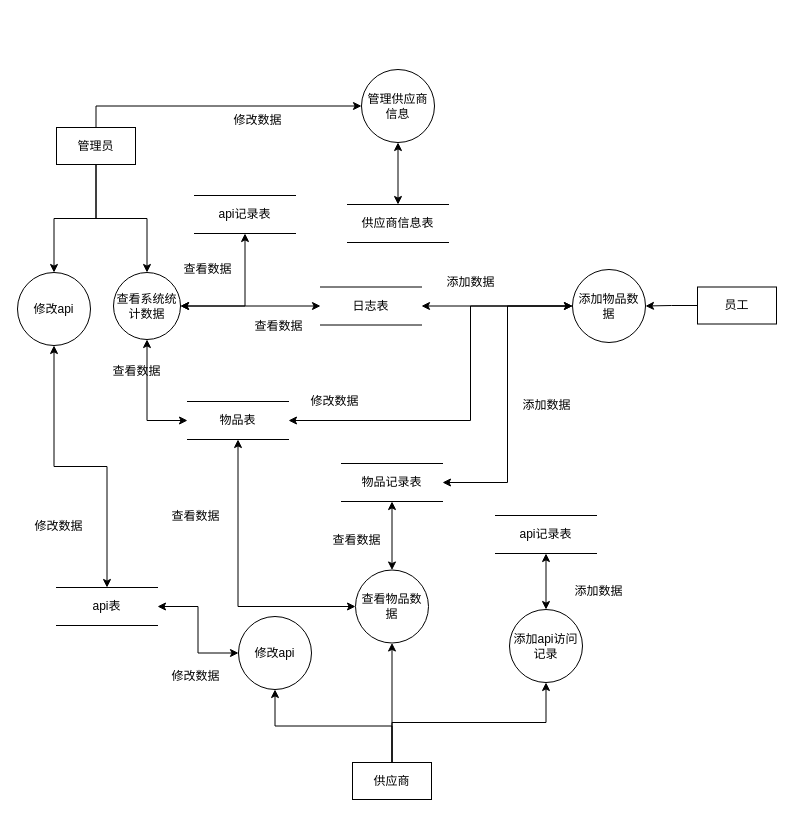
kehaha-5/drawio keeps this draw.io diagram as save/系统数据流图.drawio. Above is the earlier version. Source tidied: cells renumbered, new cells numbered last; positions are measured from the earlier drawing's top-left corner, leaving out a move shared by most shapes. Both pictures are drawn from the tidied source at 100%, with x=0, y=0 at pixel (17, 69).
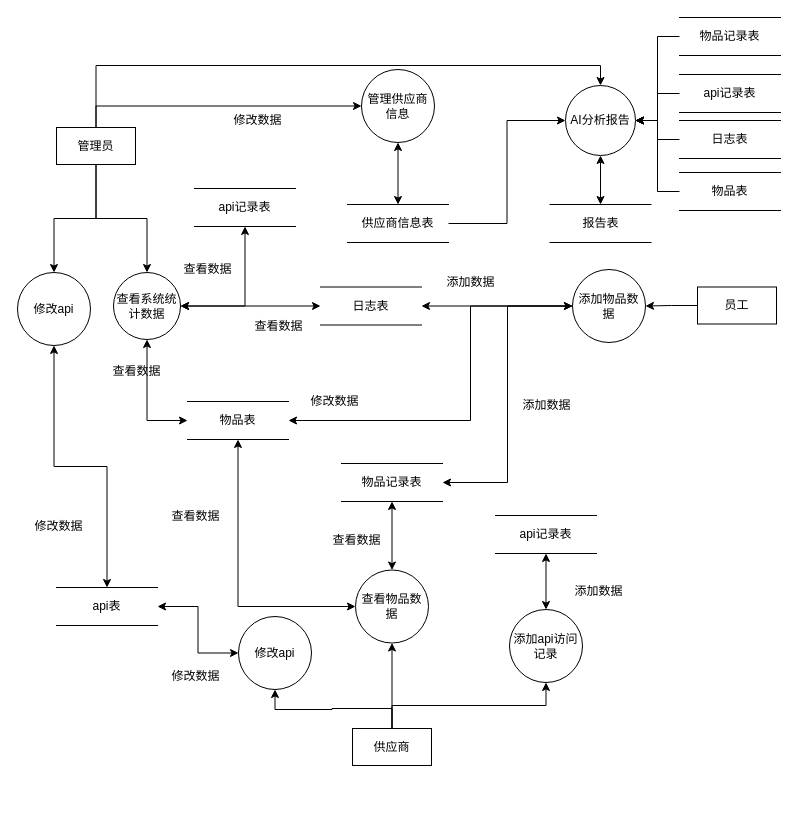
After the change.

Commit message:
更新系统数据流图.drawio

The change refers to these unchanged cells:
```xml
<mxCell id="5" value="管理员" style="rounded=0;whiteSpace=wrap;html=1;" parent="1" vertex="1">
  <mxGeometry x="39" y="58" width="79" height="37" as="geometry" />
</mxCell>
<mxCell id="30" value="供应商信息表" style="shape=partialRectangle;whiteSpace=wrap;html=1;left=0;right=0;fillColor=none;" parent="1" vertex="1">
  <mxGeometry x="330" y="135" width="101" height="38" as="geometry" />
</mxCell>
```

What changed in the source:
```diff
@@
+    <mxCell id="50" style="edgeStyle=orthogonalEdgeStyle;rounded=0;jettySize=auto;html=1;entryX=0.5;entryY=0;entryDx=0;entryDy=0;" parent="1" edge="1" source="5" target="54">
+      <mxGeometry relative="1" as="geometry">
+        <Array as="points">
+          <mxPoint x="79" y="-4" />
+          <mxPoint x="583" y="-4" />
+        </Array>
+      </mxGeometry>
+    </mxCell>
@@
     <mxCell id="11" value="供应商" style="rounded=0;whiteSpace=wrap;html=1;" parent="1" vertex="1">
-      <mxGeometry x="335" y="693" width="79" height="37" as="geometry" />
+      <mxGeometry x="335" y="659" width="79" height="37" as="geometry" />
     </mxCell>
@@
+    <mxCell id="51" style="edgeStyle=orthogonalEdgeStyle;rounded=0;jettySize=auto;html=1;entryX=0;entryY=0.5;entryDx=0;entryDy=0;" parent="1" edge="1" source="30" target="54">
+      <mxGeometry relative="1" as="geometry" />
+    </mxCell>
@@
     <mxCell id="37" value="api记录表" style="shape=partialRectangle;whiteSpace=wrap;html=1;left=0;right=0;fillColor=none;" parent="1" vertex="1">
-      <mxGeometry x="177" y="126" width="101" height="38" as="geometry" />
+      <mxGeometry x="177" y="119" width="101" height="38" as="geometry" />
     </mxCell>
@@
+    <mxCell id="52" value="报告表" style="shape=partialRectangle;whiteSpace=wrap;html=1;left=0;right=0;fillColor=none;" parent="1" vertex="1">
+      <mxGeometry x="532.5" y="135" width="101" height="38" as="geometry" />
+    </mxCell>
+    <mxCell id="53" style="edgeStyle=orthogonalEdgeStyle;rounded=0;jettySize=auto;html=1;startArrow=classic;startFill=1;" parent="1" edge="1" source="54" target="52">
+      <mxGeometry relative="1" as="geometry" />
+    </mxCell>
+    <mxCell id="54" value="AI分析报告" style="ellipse;whiteSpace=wrap;html=1;" parent="1" vertex="1">
+      <mxGeometry x="548" y="16" width="70" height="70" as="geometry" />
+    </mxCell>
+    <mxCell id="55" style="edgeStyle=orthogonalEdgeStyle;rounded=0;jettySize=auto;html=1;entryX=1;entryY=0.5;entryDx=0;entryDy=0;" parent="1" edge="1" source="56" target="54">
+      <mxGeometry relative="1" as="geometry" />
+    </mxCell>
+    <mxCell id="56" value="api记录表" style="shape=partialRectangle;whiteSpace=wrap;html=1;left=0;right=0;fillColor=none;" parent="1" vertex="1">
+      <mxGeometry x="662" y="5" width="101" height="38" as="geometry" />
+    </mxCell>
+    <mxCell id="57" style="edgeStyle=orthogonalEdgeStyle;rounded=0;jettySize=auto;html=1;entryX=1;entryY=0.5;entryDx=0;entryDy=0;" parent="1" edge="1" source="58" target="54">
+      <mxGeometry relative="1" as="geometry" />
+    </mxCell>
+    <mxCell id="58" value="日志表" style="shape=partialRectangle;whiteSpace=wrap;html=1;left=0;right=0;fillColor=none;" parent="1" vertex="1">
+      <mxGeometry x="662" y="51" width="101" height="38" as="geometry" />
+    </mxCell>
+    <mxCell id="59" value="物品表" style="shape=partialRectangle;whiteSpace=wrap;html=1;left=0;right=0;fillColor=none;" parent="1" vertex="1">
+      <mxGeometry x="662" y="103" width="101" height="38" as="geometry" />
+    </mxCell>
+    <mxCell id="60" style="edgeStyle=orthogonalEdgeStyle;rounded=0;jettySize=auto;html=1;entryX=1;entryY=0.5;entryDx=0;entryDy=0;" parent="1" edge="1" source="59" target="54">
+      <mxGeometry relative="1" as="geometry" />
+    </mxCell>
+    <mxCell id="61" style="edgeStyle=orthogonalEdgeStyle;rounded=0;jettySize=auto;html=1;entryX=1;entryY=0.5;entryDx=0;entryDy=0;" parent="1" edge="1" source="62" target="54">
+      <mxGeometry relative="1" as="geometry" />
+    </mxCell>
+    <mxCell id="62" value="物品记录表" style="shape=partialRectangle;whiteSpace=wrap;html=1;left=0;right=0;fillColor=none;" parent="1" vertex="1">
+      <mxGeometry x="662" y="-52" width="101" height="38" as="geometry" />
+    </mxCell>
```
